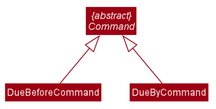
urieltan/tp keeps this PlantUML diagram as docs/images/filterFunction/CommandClassDiagram.png. Above is the earlier version.
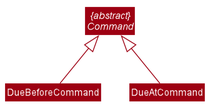
The same file after the commit.

Diff of the diagram source:
```diff
@@ -53,9 +53,9 @@
 
 abstract class "{abstract}\nCommand" as Command
 class DueBeforeCommand
-class DueByCommand
+class DueAtCommand
 
 Command <|-- DueBeforeCommand
-Command <|-- DueByCommand
+Command <|-- DueAtCommand
 
 @enduml
```
